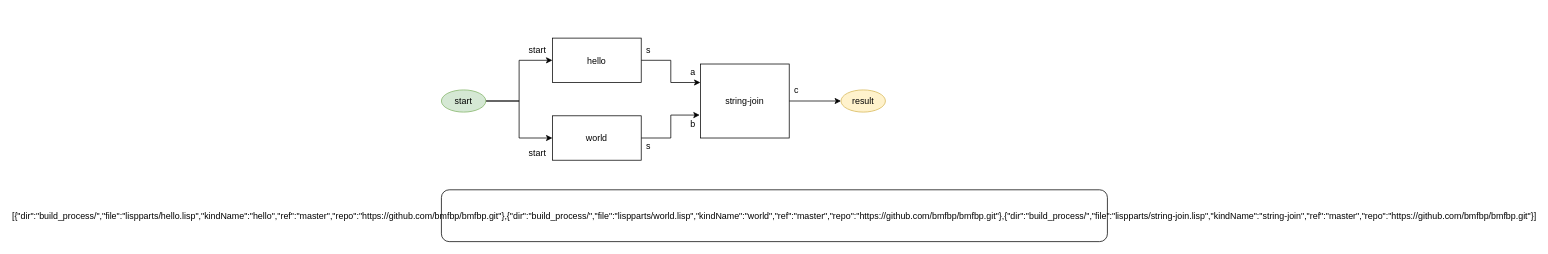
The draw.io diagram build_process/parts/diagram/helloworld.drawio in bmfbp/bmfbp, before the edit. Source tidied: cells renumbered, new cells numbered last; positions are measured from the earlier drawing's top-left corner, leaving out a move shared by most shapes. Both pictures are drawn from the tidied source at 74%, with x=0, y=0 at pixel (441, 38).
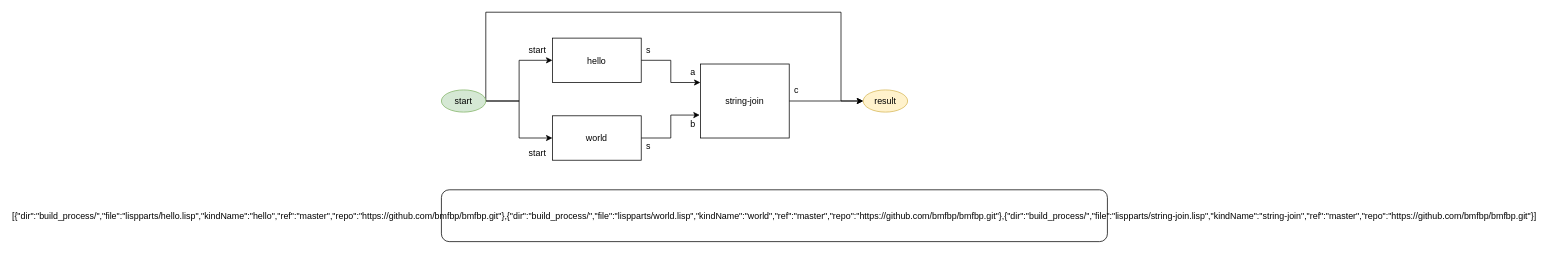
Above is the later version.

The change refers to these unchanged cells:
```xml
<mxCell id="15" value="start" style="ellipse;fillColor=#d5e8d4;strokeColor=#82b366;" parent="1" vertex="1">
  <mxGeometry y="70" width="60" height="30" as="geometry" />
</mxCell>
```

Change to the diagram source:
```diff
@@
+    <mxCell id="20" style="edgeStyle=orthogonalEdgeStyle;rounded=0;jettySize=auto;html=1;exitX=1;exitY=0.5;exitDx=0;exitDy=0;entryX=0;entryY=0.5;entryDx=0;entryDy=0;" parent="1" edge="1" source="15" target="16">
+      <mxGeometry relative="1" as="geometry">
+        <Array as="points">
+          <mxPoint x="60" y="-35" />
+          <mxPoint x="540" y="-35" />
+        </Array>
+      </mxGeometry>
+    </mxCell>
@@
     <mxCell id="16" value="result" style="ellipse;fillColor=#fff2cc;strokeColor=#d6b656;" parent="1" vertex="1">
-      <mxGeometry x="540" y="70" width="60" height="30" as="geometry" />
+      <mxGeometry x="570" y="70" width="60" height="30" as="geometry" />
     </mxCell>
```
